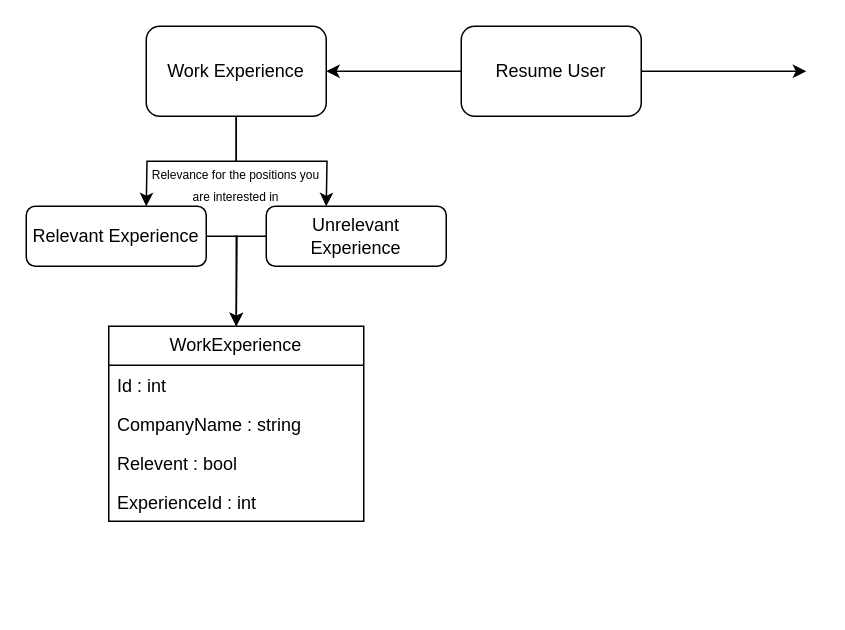
Before: Planning/Backend/DatabaseContent.drawio in Agent00bad/Examensarbete, a draw.io diagram. Source tidied: cells renumbered, new cells numbered last; positions are measured from the earlier drawing's top-left corner, leaving out a move shared by most shapes. Both pictures are drawn from the tidied source at 150%, with x=0, y=0 at pixel (26, 26).
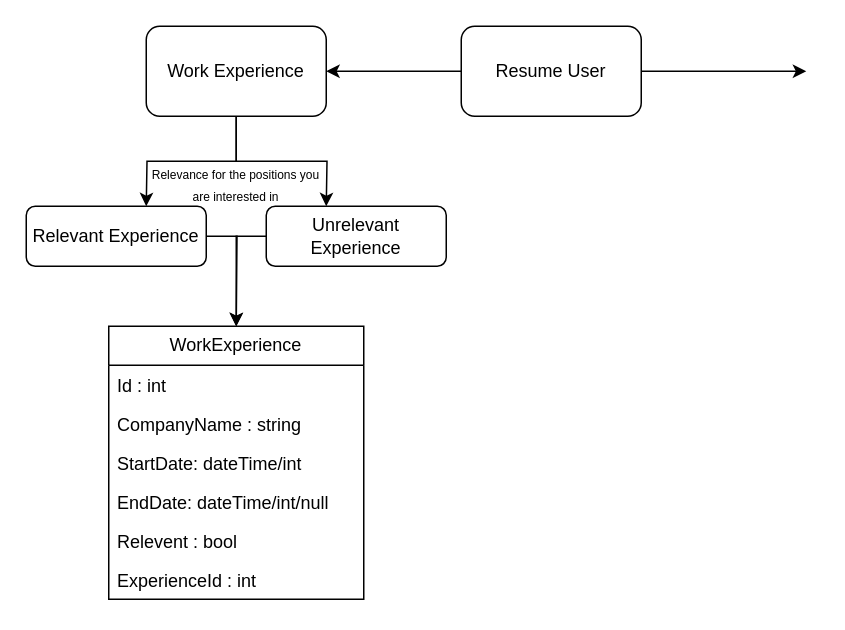
After the change.

The edit, as a diff of the source:
```diff
@@
     <mxCell id="13" value="WorkExperience" style="swimlane;fontStyle=0;horizontal=1;startSize=26;fillColor=none;whiteSpace=wrap;html=1;" parent="1" vertex="1">
-      <mxGeometry x="55" y="200" width="170" height="130" as="geometry" />
+      <mxGeometry x="55" y="200" width="170" height="182" as="geometry" />
     </mxCell>
@@
+    <mxCell id="18" value="StartDate: dateTime/int" style="text;strokeColor=none;fillColor=none;align=left;verticalAlign=top;spacingLeft=4;spacingRight=4;overflow=hidden;whiteSpace=wrap;html=1;" parent="13" vertex="1">
+      <mxGeometry y="78" width="170" height="26" as="geometry" />
+    </mxCell>
+    <mxCell id="19" value="EndDate: dateTime/int/null" style="text;strokeColor=none;fillColor=none;align=left;verticalAlign=top;spacingLeft=4;spacingRight=4;overflow=hidden;whiteSpace=wrap;html=1;" parent="13" vertex="1">
+      <mxGeometry y="104" width="170" height="26" as="geometry" />
+    </mxCell>
     <mxCell id="16" value="Relevent : bool" style="text;strokeColor=none;fillColor=none;align=left;verticalAlign=top;spacingLeft=4;spacingRight=4;overflow=hidden;whiteSpace=wrap;html=1;" parent="13" vertex="1">
-      <mxGeometry y="78" width="170" height="26" as="geometry" />
+      <mxGeometry y="130" width="170" height="26" as="geometry" />
     </mxCell>
     <mxCell id="17" value="ExperienceId : int" style="text;strokeColor=none;fillColor=none;align=left;verticalAlign=top;spacingLeft=4;spacingRight=4;overflow=hidden;whiteSpace=wrap;html=1;" parent="13" vertex="1">
-      <mxGeometry y="104" width="170" height="26" as="geometry" />
+      <mxGeometry y="156" width="170" height="26" as="geometry" />
     </mxCell>
```
